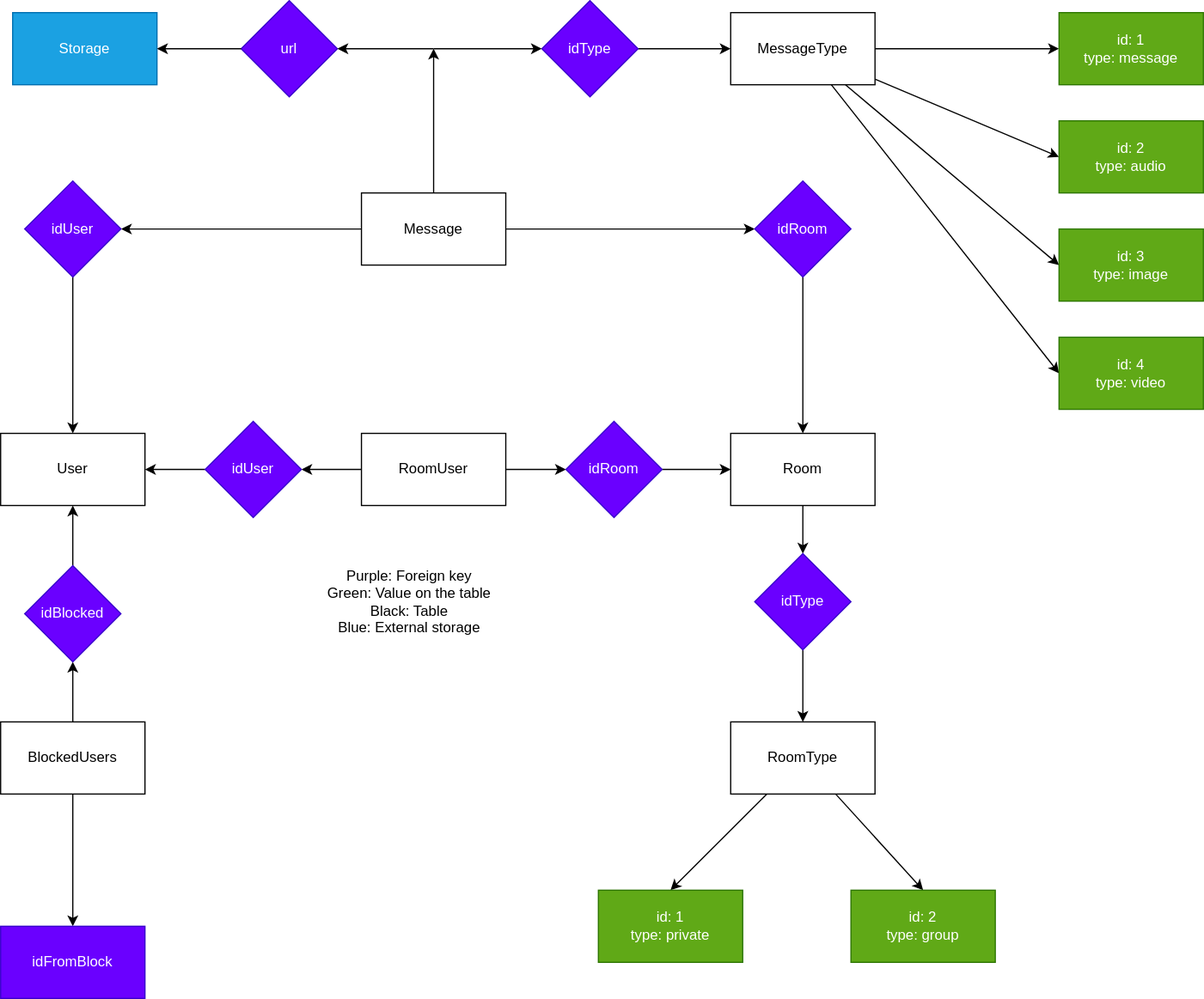
Before: dbDiagram.drawio.svg, a diagram exported from draw.io (Estikno/KyodoBackend). Source tidied: cells renumbered, new cells last; positions are measured from the earlier drawing's top-left corner, leaving out a move shared by most shapes.
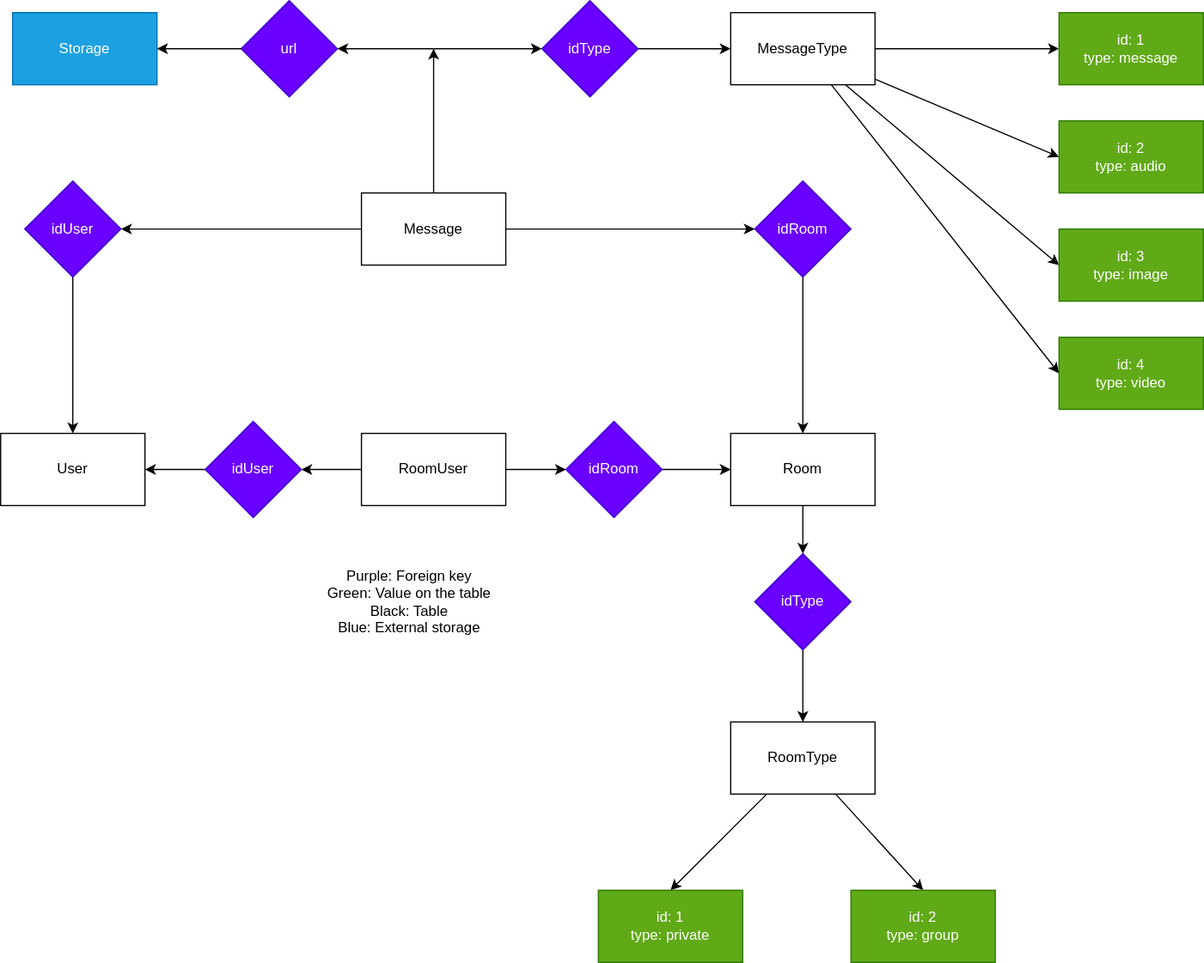
After the change.

What changed in the source:
```diff
@@ -134,23 +134,5 @@
         <mxPoint x="360" y="40" as="sourcePoint" />
       </mxGeometry>
     </mxCell>
-    <mxCell id="44" style="edgeStyle=none;html=1;entryX=0.5;entryY=0;entryDx=0;entryDy=0;" parent="1" edge="1" source="46" target="47">
-      <mxGeometry relative="1" as="geometry" />
-    </mxCell>
-    <mxCell id="45" style="edgeStyle=none;html=1;entryX=0.5;entryY=1;entryDx=0;entryDy=0;" parent="1" edge="1" source="46" target="49">
-      <mxGeometry relative="1" as="geometry" />
-    </mxCell>
-    <mxCell id="46" value="BlockedUsers" style="rounded=0;whiteSpace=wrap;html=1;" parent="1" vertex="1">
-      <mxGeometry y="600" width="120" height="60" as="geometry" />
-    </mxCell>
-    <mxCell id="47" value="idFromBlock" style="rounded=0;whiteSpace=wrap;html=1;fillColor=#6a00ff;fontColor=#ffffff;strokeColor=#3700CC;" parent="1" vertex="1">
-      <mxGeometry y="770" width="120" height="60" as="geometry" />
-    </mxCell>
-    <mxCell id="48" style="edgeStyle=none;html=1;entryX=0.5;entryY=1;entryDx=0;entryDy=0;" parent="1" edge="1" source="49" target="2">
-      <mxGeometry relative="1" as="geometry" />
-    </mxCell>
-    <mxCell id="49" value="idBlocked" style="rhombus;whiteSpace=wrap;html=1;fillColor=#6a00ff;fontColor=#ffffff;strokeColor=#3700CC;" parent="1" vertex="1">
-      <mxGeometry x="20" y="470" width="80" height="80" as="geometry" />
-    </mxCell>
   </root>
 </mxGraphModel>
```
